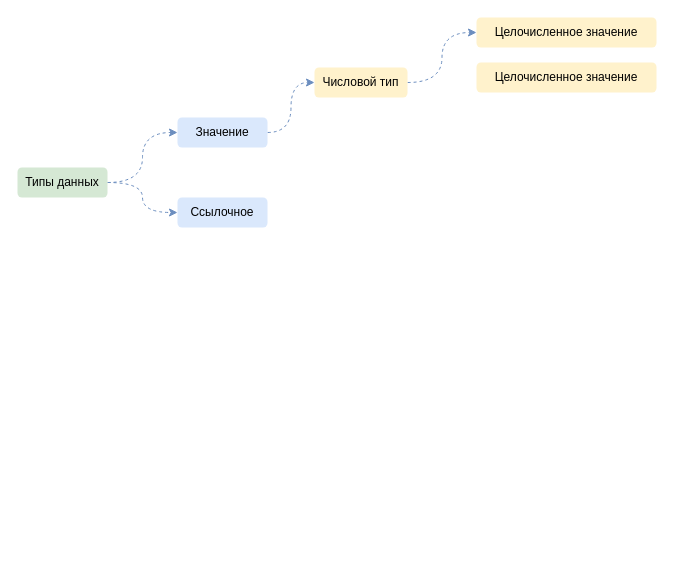
orlov-oleg-developer/uml-diagrams keeps this draw.io diagram as Web/JavaScript.drawio. Above is the earlier version. Source tidied: cells renumbered, new cells numbered last; positions are measured from the earlier drawing's top-left corner, leaving out a move shared by most shapes. Both pictures are drawn from the tidied source at 100%, with x=0, y=0 at pixel (17, 17).
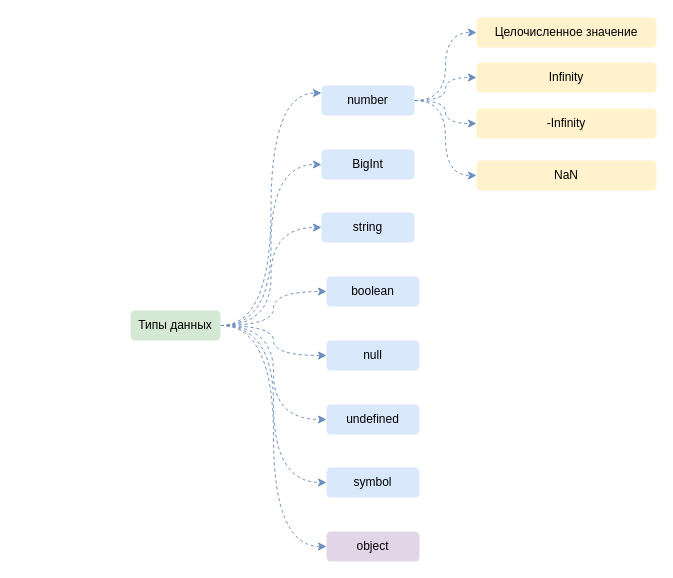
After the change.

Change to the diagram source:
```diff
@@
-    <mxCell id="2" style="edgeStyle=orthogonalEdgeStyle;rounded=0;jettySize=auto;html=1;entryX=0;entryY=0.5;entryDx=0;entryDy=0;curved=1;dashed=1;fillColor=#dae8fc;strokeColor=#6c8ebf;" parent="1" edge="1" source="4" target="6">
-      <mxGeometry relative="1" as="geometry" />
-    </mxCell>
-    <mxCell id="3" style="edgeStyle=orthogonalEdgeStyle;shape=connector;curved=1;rounded=0;jettySize=auto;html=1;entryX=0;entryY=0.5;entryDx=0;entryDy=0;dashed=1;labelBackgroundColor=default;strokeColor=#6c8ebf;align=center;verticalAlign=middle;fontFamily=Helvetica;fontSize=11;fontColor=default;endArrow=classic;fillColor=#dae8fc;" parent="1" edge="1" source="4" target="7">
-      <mxGeometry relative="1" as="geometry" />
-    </mxCell>
+    <mxCell id="12" style="edgeStyle=orthogonalEdgeStyle;shape=connector;curved=1;rounded=0;jettySize=auto;html=1;entryX=0;entryY=0.25;entryDx=0;entryDy=0;dashed=1;labelBackgroundColor=default;strokeColor=#6c8ebf;align=center;verticalAlign=middle;fontFamily=Helvetica;fontSize=11;fontColor=default;endArrow=classic;fillColor=#dae8fc;" parent="1" edge="1" source="4" target="10">
+      <mxGeometry relative="1" as="geometry" />
+    </mxCell>
+    <mxCell id="13" style="edgeStyle=orthogonalEdgeStyle;shape=connector;curved=1;rounded=0;jettySize=auto;html=1;entryX=0;entryY=0.5;entryDx=0;entryDy=0;dashed=1;labelBackgroundColor=default;strokeColor=#6c8ebf;align=center;verticalAlign=middle;fontFamily=Helvetica;fontSize=11;fontColor=default;endArrow=classic;fillColor=#dae8fc;" parent="1" edge="1" source="4" target="25">
+      <mxGeometry relative="1" as="geometry" />
+    </mxCell>
+    <mxCell id="14" style="edgeStyle=orthogonalEdgeStyle;shape=connector;curved=1;rounded=0;jettySize=auto;html=1;entryX=0;entryY=0.5;entryDx=0;entryDy=0;dashed=1;labelBackgroundColor=default;strokeColor=#6c8ebf;align=center;verticalAlign=middle;fontFamily=Helvetica;fontSize=11;fontColor=default;endArrow=classic;fillColor=#dae8fc;" parent="1" edge="1" source="4" target="26">
+      <mxGeometry relative="1" as="geometry" />
+    </mxCell>
+    <mxCell id="15" style="edgeStyle=orthogonalEdgeStyle;shape=connector;curved=1;rounded=0;jettySize=auto;html=1;entryX=0;entryY=0.5;entryDx=0;entryDy=0;dashed=1;labelBackgroundColor=default;strokeColor=#6c8ebf;align=center;verticalAlign=middle;fontFamily=Helvetica;fontSize=11;fontColor=default;endArrow=classic;fillColor=#dae8fc;" parent="1" edge="1" source="4" target="27">
+      <mxGeometry relative="1" as="geometry" />
+    </mxCell>
+    <mxCell id="16" style="edgeStyle=orthogonalEdgeStyle;shape=connector;curved=1;rounded=0;jettySize=auto;html=1;entryX=0;entryY=0.5;entryDx=0;entryDy=0;dashed=1;labelBackgroundColor=default;strokeColor=#6c8ebf;align=center;verticalAlign=middle;fontFamily=Helvetica;fontSize=11;fontColor=default;endArrow=classic;fillColor=#dae8fc;" parent="1" edge="1" source="4" target="28">
+      <mxGeometry relative="1" as="geometry" />
+    </mxCell>
+    <mxCell id="17" style="edgeStyle=orthogonalEdgeStyle;shape=connector;curved=1;rounded=0;jettySize=auto;html=1;entryX=0;entryY=0.5;entryDx=0;entryDy=0;dashed=1;labelBackgroundColor=default;strokeColor=#6c8ebf;align=center;verticalAlign=middle;fontFamily=Helvetica;fontSize=11;fontColor=default;endArrow=classic;fillColor=#dae8fc;" parent="1" edge="1" source="4" target="29">
+      <mxGeometry relative="1" as="geometry" />
+    </mxCell>
+    <mxCell id="18" style="edgeStyle=orthogonalEdgeStyle;shape=connector;curved=1;rounded=0;jettySize=auto;html=1;entryX=0;entryY=0.5;entryDx=0;entryDy=0;dashed=1;labelBackgroundColor=default;strokeColor=#6c8ebf;align=center;verticalAlign=middle;fontFamily=Helvetica;fontSize=11;fontColor=default;endArrow=classic;fillColor=#dae8fc;" parent="1" edge="1" source="4" target="30">
+      <mxGeometry relative="1" as="geometry" />
+    </mxCell>
+    <mxCell id="19" style="edgeStyle=orthogonalEdgeStyle;shape=connector;curved=1;rounded=0;jettySize=auto;html=1;entryX=0;entryY=0.5;entryDx=0;entryDy=0;dashed=1;labelBackgroundColor=default;strokeColor=#6c8ebf;align=center;verticalAlign=middle;fontFamily=Helvetica;fontSize=11;fontColor=default;endArrow=classic;fillColor=#dae8fc;" parent="1" edge="1" source="4" target="31">
+      <mxGeometry relative="1" as="geometry" />
+    </mxCell>
     <mxCell id="4" value="Типы данных" style="text;html=1;strokeColor=none;fillColor=#d5e8d4;align=center;verticalAlign=middle;whiteSpace=wrap;rounded=1;" parent="1" vertex="1">
-      <mxGeometry y="150" width="90" height="30" as="geometry" />
+      <mxGeometry x="113" y="293" width="90" height="30" as="geometry" />
     </mxCell>
-    <mxCell id="5" style="edgeStyle=orthogonalEdgeStyle;shape=connector;curved=1;rounded=0;jettySize=auto;html=1;entryX=0;entryY=0.5;entryDx=0;entryDy=0;dashed=1;labelBackgroundColor=default;strokeColor=#6c8ebf;align=center;verticalAlign=middle;fontFamily=Helvetica;fontSize=11;fontColor=default;endArrow=classic;fillColor=#dae8fc;" parent="1" edge="1" source="6" target="10">
-      <mxGeometry relative="1" as="geometry" />
-    </mxCell>
-    <mxCell id="6" value="Значение" style="text;html=1;strokeColor=none;fillColor=#dae8fc;align=center;verticalAlign=middle;whiteSpace=wrap;rounded=1;" parent="1" vertex="1">
-      <mxGeometry x="160" y="100" width="90" height="30" as="geometry" />
-    </mxCell>
-    <mxCell id="7" value="Ссылочное" style="text;html=1;strokeColor=none;fillColor=#dae8fc;align=center;verticalAlign=middle;whiteSpace=wrap;rounded=1;" parent="1" vertex="1">
-      <mxGeometry x="160" y="180" width="90" height="30" as="geometry" />
-    </mxCell>
@@
+    <mxCell id="20" style="edgeStyle=orthogonalEdgeStyle;shape=connector;curved=1;rounded=0;jettySize=auto;html=1;entryX=0;entryY=0.5;entryDx=0;entryDy=0;dashed=1;labelBackgroundColor=default;strokeColor=#6c8ebf;align=center;verticalAlign=middle;fontFamily=Helvetica;fontSize=11;fontColor=default;endArrow=classic;fillColor=#dae8fc;" parent="1" edge="1" source="10" target="11">
+      <mxGeometry relative="1" as="geometry" />
+    </mxCell>
+    <mxCell id="21" style="edgeStyle=orthogonalEdgeStyle;shape=connector;curved=1;rounded=0;jettySize=auto;html=1;entryX=0;entryY=0.5;entryDx=0;entryDy=0;dashed=1;labelBackgroundColor=default;strokeColor=#6c8ebf;align=center;verticalAlign=middle;fontFamily=Helvetica;fontSize=11;fontColor=default;endArrow=classic;fillColor=#dae8fc;" parent="1" edge="1" source="10" target="23">
+      <mxGeometry relative="1" as="geometry" />
+    </mxCell>
+    <mxCell id="22" style="edgeStyle=orthogonalEdgeStyle;shape=connector;curved=1;rounded=0;jettySize=auto;html=1;entryX=0;entryY=0.5;entryDx=0;entryDy=0;dashed=1;labelBackgroundColor=default;strokeColor=#6c8ebf;align=center;verticalAlign=middle;fontFamily=Helvetica;fontSize=11;fontColor=default;endArrow=classic;fillColor=#dae8fc;" parent="1" edge="1" source="10" target="24">
+      <mxGeometry relative="1" as="geometry" />
+    </mxCell>
-    <mxCell id="10" value="Числовой тип" style="text;html=1;strokeColor=none;fillColor=#fff2cc;align=center;verticalAlign=middle;whiteSpace=wrap;rounded=1;" parent="1" vertex="1">
-      <mxGeometry x="297" y="50" width="93" height="30" as="geometry" />
+    <mxCell id="10" value="number" style="text;html=1;strokeColor=none;fillColor=#dae8fc;align=center;verticalAlign=middle;whiteSpace=wrap;rounded=1;" parent="1" vertex="1">
+      <mxGeometry x="304" y="68" width="93" height="30" as="geometry" />
     </mxCell>
-    <mxCell id="11" value="Целочисленное значение" style="text;html=1;strokeColor=none;fillColor=#fff2cc;align=center;verticalAlign=middle;whiteSpace=wrap;rounded=1;" parent="1" vertex="1">
+    <mxCell id="11" value="Infinity" style="text;html=1;strokeColor=none;fillColor=#fff2cc;align=center;verticalAlign=middle;whiteSpace=wrap;rounded=1;" parent="1" vertex="1">
       <mxGeometry x="459" y="45" width="180" height="30" as="geometry" />
     </mxCell>
+    <mxCell id="23" value="-Infinity" style="text;html=1;strokeColor=none;fillColor=#fff2cc;align=center;verticalAlign=middle;whiteSpace=wrap;rounded=1;" parent="1" vertex="1">
+      <mxGeometry x="459" y="91" width="180" height="30" as="geometry" />
+    </mxCell>
+    <mxCell id="24" value="NaN" style="text;html=1;strokeColor=none;fillColor=#fff2cc;align=center;verticalAlign=middle;whiteSpace=wrap;rounded=1;" parent="1" vertex="1">
+      <mxGeometry x="459" y="143" width="180" height="30" as="geometry" />
+    </mxCell>
+    <mxCell id="25" value="BigInt" style="text;html=1;strokeColor=none;fillColor=#dae8fc;align=center;verticalAlign=middle;whiteSpace=wrap;rounded=1;" parent="1" vertex="1">
+      <mxGeometry x="304" y="132" width="93" height="30" as="geometry" />
+    </mxCell>
+    <mxCell id="26" value="string" style="text;html=1;strokeColor=none;fillColor=#dae8fc;align=center;verticalAlign=middle;whiteSpace=wrap;rounded=1;" parent="1" vertex="1">
+      <mxGeometry x="304" y="195" width="93" height="30" as="geometry" />
+    </mxCell>
+    <mxCell id="27" value="boolean" style="text;html=1;strokeColor=none;fillColor=#dae8fc;align=center;verticalAlign=middle;whiteSpace=wrap;rounded=1;" parent="1" vertex="1">
+      <mxGeometry x="309" y="259" width="93" height="30" as="geometry" />
+    </mxCell>
+    <mxCell id="28" value="null" style="text;html=1;strokeColor=none;fillColor=#dae8fc;align=center;verticalAlign=middle;whiteSpace=wrap;rounded=1;" parent="1" vertex="1">
+      <mxGeometry x="309" y="323" width="93" height="30" as="geometry" />
+    </mxCell>
+    <mxCell id="29" value="undefined" style="text;html=1;strokeColor=none;fillColor=#dae8fc;align=center;verticalAlign=middle;whiteSpace=wrap;rounded=1;" parent="1" vertex="1">
+      <mxGeometry x="309" y="387" width="93" height="30" as="geometry" />
+    </mxCell>
+    <mxCell id="30" value="symbol" style="text;html=1;strokeColor=none;fillColor=#dae8fc;align=center;verticalAlign=middle;whiteSpace=wrap;rounded=1;" parent="1" vertex="1">
+      <mxGeometry x="309" y="450" width="93" height="30" as="geometry" />
+    </mxCell>
+    <mxCell id="31" value="object" style="text;html=1;strokeColor=none;fillColor=#e1d5e7;align=center;verticalAlign=middle;whiteSpace=wrap;rounded=1;" parent="1" vertex="1">
+      <mxGeometry x="309" y="514" width="93" height="30" as="geometry" />
+    </mxCell>
```
